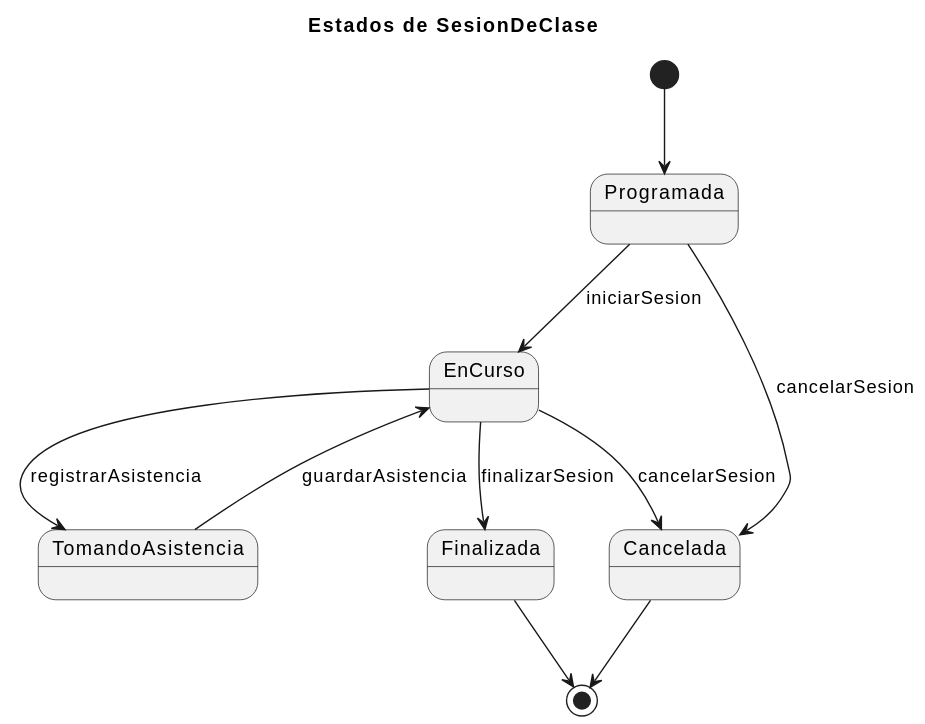
Before: documents/ModeloDelDominio/DiagramasDeEstado/SesionDeClase/DdE.svg, a diagram exported from PlantUML (enmabry/25-26-IdSw1-SdR).
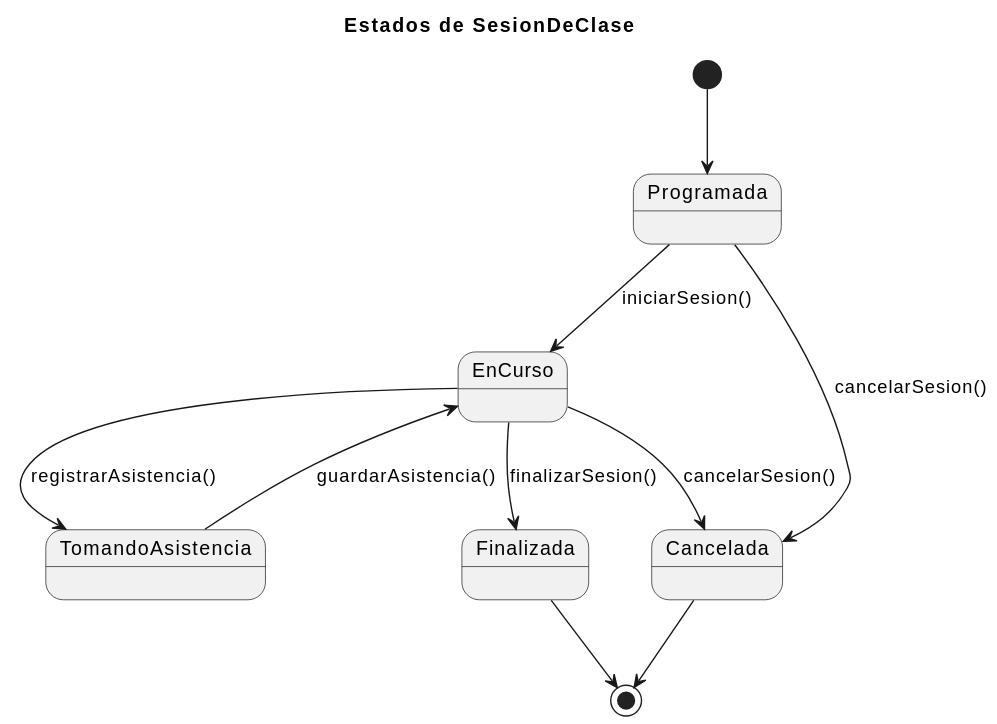
After the change.

The edit, as a diff of the source:
```diff
@@ -3,14 +3,14 @@
 
 [*] --> Programada
 
-Programada --> EnCurso : iniciarSesion
-Programada --> Cancelada : cancelarSesion
+Programada --> EnCurso : iniciarSesion()
+Programada --> Cancelada : cancelarSesion()
 
-EnCurso --> TomandoAsistencia : registrarAsistencia
-TomandoAsistencia --> EnCurso : guardarAsistencia
+EnCurso --> TomandoAsistencia : registrarAsistencia()
+TomandoAsistencia --> EnCurso : guardarAsistencia()
 
-EnCurso --> Finalizada : finalizarSesion
-EnCurso --> Cancelada : cancelarSesion
+EnCurso --> Finalizada : finalizarSesion()
+EnCurso --> Cancelada : cancelarSesion()
 
 Finalizada --> [*]
 Cancelada --> [*]
```
